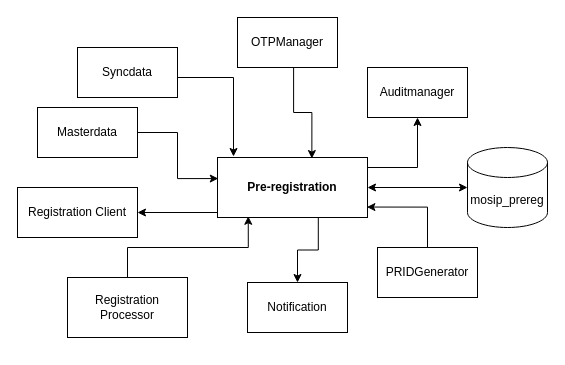
mosip/documentation keeps this draw.io diagram as docs/_images/pre-reg-entity.drawio. Above is the earlier version. Source tidied: cells renumbered, new cells numbered last; positions are measured from the earlier drawing's top-left corner, leaving out a move shared by most shapes. Both pictures are drawn from the tidied source at 100%, with x=0, y=0 at pixel (17, 17).
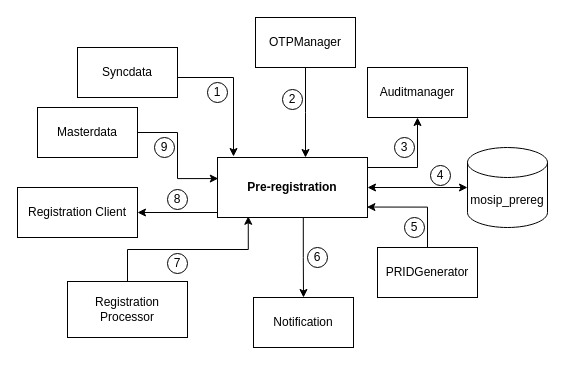
After the change.

Unchanged cells that the change refers to:
```xml
<mxCell id="6" value="&lt;b&gt;Pre-registration&lt;/b&gt;" style="rounded=0;whiteSpace=wrap;html=1;" parent="1" vertex="1">
  <mxGeometry x="200" y="140" width="150" height="60" as="geometry" />
</mxCell>
```

Change to the diagram source:
```diff
@@
-    <mxCell id="2" style="edgeStyle=orthogonalEdgeStyle;rounded=0;jettySize=auto;html=1;exitX=0.672;exitY=0.999;exitDx=0;exitDy=0;exitPerimeter=0;" parent="1" edge="1" source="6" target="12">
+    <mxCell id="2" style="edgeStyle=orthogonalEdgeStyle;rounded=0;jettySize=auto;html=1;exitX=0.572;exitY=0.998;exitDx=0;exitDy=0;exitPerimeter=0;" parent="1" edge="1" source="6" target="12">
       <mxGeometry relative="1" as="geometry" />
     </mxCell>
@@
-    <mxCell id="8" style="edgeStyle=orthogonalEdgeStyle;rounded=0;jettySize=auto;html=1;exitX=0.561;exitY=0.992;exitDx=0;exitDy=0;entryX=0.629;entryY=0.017;entryDx=0;entryDy=0;entryPerimeter=0;exitPerimeter=0;" parent="1" edge="1" source="9" target="6">
-      <mxGeometry relative="1" as="geometry" />
+    <mxCell id="8" style="edgeStyle=orthogonalEdgeStyle;rounded=0;jettySize=auto;html=1;exitX=0.5;exitY=1;exitDx=0;exitDy=0;" parent="1" edge="1" source="9">
+      <mxGeometry relative="1" as="geometry">
+        <mxPoint x="288" y="140" as="targetPoint" />
+      </mxGeometry>
     </mxCell>
     <mxCell id="9" value="OTPManager" style="rounded=0;whiteSpace=wrap;html=1;" parent="1" vertex="1">
-      <mxGeometry x="220" width="100" height="50" as="geometry" />
+      <mxGeometry x="238" width="100" height="50" as="geometry" />
     </mxCell>
@@
     <mxCell id="12" value="Notification" style="rounded=0;whiteSpace=wrap;html=1;" parent="1" vertex="1">
-      <mxGeometry x="230" y="265" width="100" height="50" as="geometry" />
+      <mxGeometry x="236" y="280" width="100" height="50" as="geometry" />
     </mxCell>
@@
     <mxCell id="19" value="Registration Processor" style="rounded=0;whiteSpace=wrap;html=1;" parent="1" vertex="1">
-      <mxGeometry x="50" y="260" width="120" height="60" as="geometry" />
+      <mxGeometry x="50" y="264" width="120" height="56" as="geometry" />
     </mxCell>
@@
+    <mxCell id="21" value="1" style="ellipse;whiteSpace=wrap;html=1;" parent="1" vertex="1">
+      <mxGeometry x="190" y="65" width="20" height="20" as="geometry" />
+    </mxCell>
+    <mxCell id="22" value="2" style="ellipse;whiteSpace=wrap;html=1;" parent="1" vertex="1">
+      <mxGeometry x="265" y="72" width="20" height="20" as="geometry" />
+    </mxCell>
+    <mxCell id="23" value="3" style="ellipse;whiteSpace=wrap;html=1;" parent="1" vertex="1">
+      <mxGeometry x="377" y="120" width="20" height="20" as="geometry" />
+    </mxCell>
+    <mxCell id="24" value="4" style="ellipse;whiteSpace=wrap;html=1;" parent="1" vertex="1">
+      <mxGeometry x="413" y="148" width="20" height="20" as="geometry" />
+    </mxCell>
+    <mxCell id="25" value="5" style="ellipse;whiteSpace=wrap;html=1;" parent="1" vertex="1">
+      <mxGeometry x="387" y="200" width="20" height="20" as="geometry" />
+    </mxCell>
+    <mxCell id="26" value="6" style="ellipse;whiteSpace=wrap;html=1;" parent="1" vertex="1">
+      <mxGeometry x="290" y="230" width="20" height="20" as="geometry" />
+    </mxCell>
+    <mxCell id="27" value="7" style="ellipse;whiteSpace=wrap;html=1;" parent="1" vertex="1">
+      <mxGeometry x="150" y="236" width="20" height="20" as="geometry" />
+    </mxCell>
+    <mxCell id="28" value="8" style="ellipse;whiteSpace=wrap;html=1;" parent="1" vertex="1">
+      <mxGeometry x="150" y="172" width="20" height="20" as="geometry" />
+    </mxCell>
+    <mxCell id="29" value="9" style="ellipse;whiteSpace=wrap;html=1;" parent="1" vertex="1">
+      <mxGeometry x="137" y="120" width="20" height="20" as="geometry" />
+    </mxCell>
```
